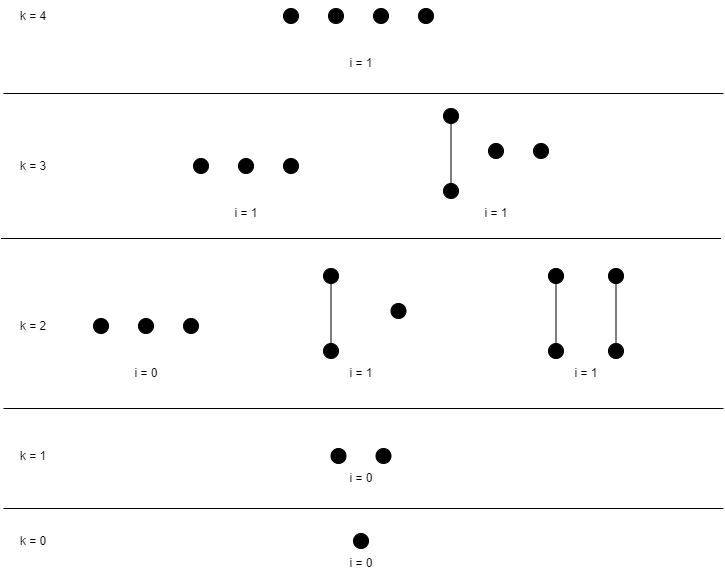
The draw.io diagram tex/article/figures/backward-search-tree.png in JGDoerrer/selection_generator, before a commit. Source tidied: cells renumbered, new cells last; positions are measured from the earlier drawing's top-left corner, leaving out a move shared by most shapes.
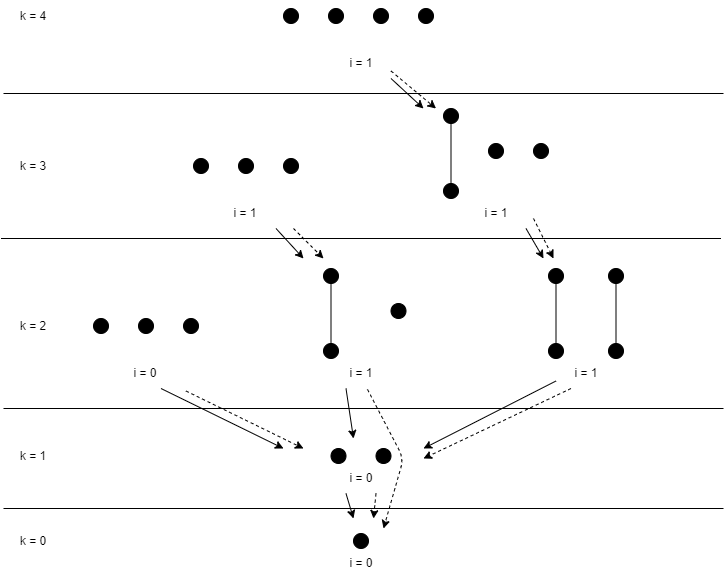
The same file after the commit.

Commit message:
add algorithm-generation for backward-search

The edit, as a diff of the source:
```diff
@@ -149,5 +149,81 @@
     <mxCell id="46" style="ellipse;whiteSpace=wrap;html=1;strokeColor=#000000;fillColor=#000000;" parent="1" vertex="1">
       <mxGeometry x="418" y="8" width="15" height="15" as="geometry" />
     </mxCell>
+    <mxCell id="47" style="endArrow=classic;html=1;exitX=1;exitY=1;exitDx=0;exitDy=0;" parent="1" edge="1" source="40">
+      <mxGeometry relative="1" as="geometry">
+        <mxPoint x="423" y="108" as="targetPoint" />
+      </mxGeometry>
+    </mxCell>
+    <mxCell id="48" style="endArrow=classic;html=1;exitX=1;exitY=1;exitDx=0;exitDy=0;" parent="1" edge="1" source="30">
+      <mxGeometry relative="1" as="geometry">
+        <mxPoint x="303" y="258" as="targetPoint" />
+      </mxGeometry>
+    </mxCell>
+    <mxCell id="49" style="endArrow=classic;html=1;exitX=1;exitY=1;exitDx=0;exitDy=0;" parent="1" edge="1" source="34">
+      <mxGeometry relative="1" as="geometry">
+        <mxPoint x="543" y="258" as="targetPoint" />
+      </mxGeometry>
+    </mxCell>
+    <mxCell id="50" style="endArrow=classic;html=1;exitX=0.75;exitY=1;exitDx=0;exitDy=0;" parent="1" edge="1" source="12">
+      <mxGeometry relative="1" as="geometry">
+        <mxPoint x="283" y="448" as="targetPoint" />
+      </mxGeometry>
+    </mxCell>
+    <mxCell id="51" style="endArrow=classic;html=1;exitX=0.25;exitY=1;exitDx=0;exitDy=0;" parent="1" edge="1" source="15">
+      <mxGeometry relative="1" as="geometry">
+        <mxPoint x="353" y="438" as="targetPoint" />
+      </mxGeometry>
+    </mxCell>
+    <mxCell id="52" style="endArrow=classic;html=1;exitX=0;exitY=0.75;exitDx=0;exitDy=0;" parent="1" edge="1" source="18">
+      <mxGeometry relative="1" as="geometry">
+        <mxPoint x="423" y="448" as="targetPoint" />
+      </mxGeometry>
+    </mxCell>
+    <mxCell id="53" style="endArrow=classic;html=1;exitX=0.25;exitY=1;exitDx=0;exitDy=0;" parent="1" edge="1" source="5">
+      <mxGeometry relative="1" as="geometry">
+        <mxPoint x="353" y="518" as="targetPoint" />
+      </mxGeometry>
+    </mxCell>
+    <mxCell id="54" style="endArrow=classic;html=1;dashed=1;exitX=0.75;exitY=1;exitDx=0;exitDy=0;" parent="1" edge="1" source="5">
+      <mxGeometry relative="1" as="geometry">
+        <mxPoint x="373" y="518" as="targetPoint" />
+      </mxGeometry>
+    </mxCell>
+    <mxCell id="55" style="endArrow=classic;html=1;dashed=1;exitX=0.608;exitY=1.029;exitDx=0;exitDy=0;exitPerimeter=0;" parent="1" edge="1" source="15">
+      <mxGeometry relative="1" as="geometry">
+        <mxPoint x="383" y="528" as="targetPoint" />
+        <Array as="points">
+          <mxPoint x="403" y="458" />
+        </Array>
+      </mxGeometry>
+    </mxCell>
+    <mxCell id="56" style="endArrow=classic;html=1;dashed=1;exitX=1;exitY=0.75;exitDx=0;exitDy=0;" parent="1" edge="1">
+      <mxGeometry relative="1" as="geometry">
+        <mxPoint x="185.5" y="390.5" as="sourcePoint" />
+        <mxPoint x="303" y="448" as="targetPoint" />
+      </mxGeometry>
+    </mxCell>
+    <mxCell id="57" style="endArrow=classic;html=1;dashed=1;exitX=0.25;exitY=1;exitDx=0;exitDy=0;" parent="1" edge="1" source="18">
+      <mxGeometry relative="1" as="geometry">
+        <mxPoint x="423" y="458" as="targetPoint" />
+      </mxGeometry>
+    </mxCell>
+    <mxCell id="58" style="endArrow=classic;html=1;dashed=1;" parent="1" edge="1">
+      <mxGeometry relative="1" as="geometry">
+        <mxPoint x="533" y="218" as="sourcePoint" />
+        <mxPoint x="553" y="258" as="targetPoint" />
+      </mxGeometry>
+    </mxCell>
+    <mxCell id="59" style="endArrow=classic;html=1;dashed=1;" parent="1" edge="1">
+      <mxGeometry relative="1" as="geometry">
+        <mxPoint x="293" y="228" as="sourcePoint" />
+        <mxPoint x="323" y="258" as="targetPoint" />
+      </mxGeometry>
+    </mxCell>
+    <mxCell id="60" style="endArrow=classic;html=1;dashed=1;exitX=1;exitY=0.75;exitDx=0;exitDy=0;" parent="1" edge="1" source="40">
+      <mxGeometry relative="1" as="geometry">
+        <mxPoint x="435.5" y="108" as="targetPoint" />
+      </mxGeometry>
+    </mxCell>
   </root>
 </mxGraphModel>
```
